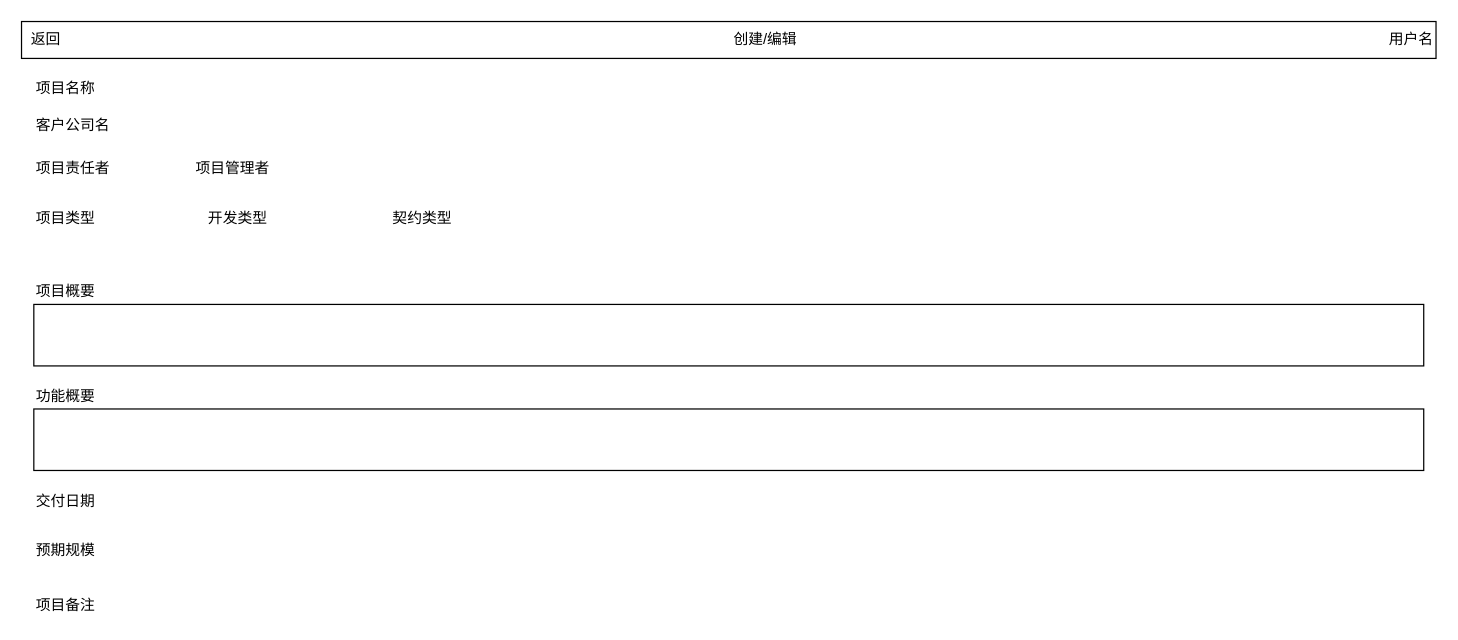
callistoctopus/project-all-in-one keeps this draw.io diagram as page "pm-project-edit" (3 of 23) of project-in-action/software-develop-management-system/doc/design/ui/sdms.drawio. Above is the earlier version. Source tidied: cells renumbered, new cells numbered last; positions are measured from the earlier drawing's top-left corner, leaving out a move shared by most shapes. Both pictures are drawn from the tidied source at 123%, with x=0, y=0 at pixel (21, 21).
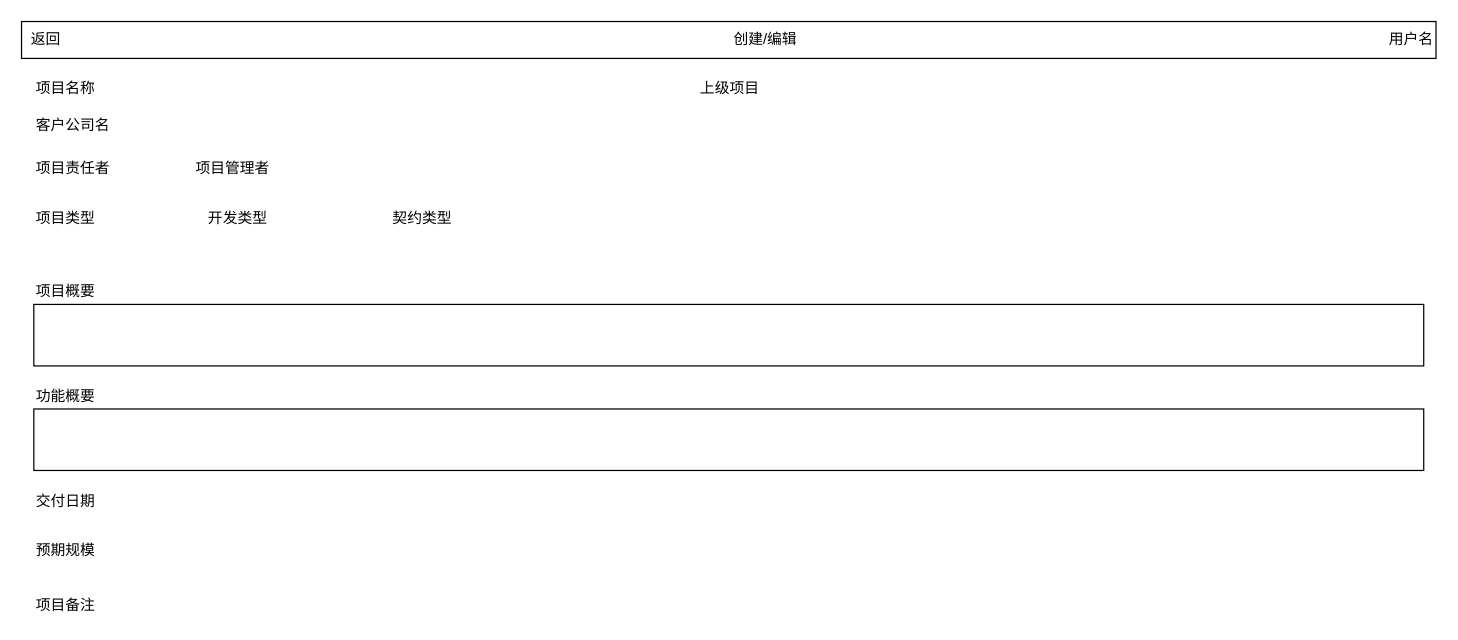
After the change.

What changed in the source:
```diff
@@
+    <mxCell id="20" value="上级项目" style="text;html=1;strokeColor=none;fillColor=none;align=left;verticalAlign=middle;whiteSpace=wrap;rounded=0;" parent="1" vertex="1">
+      <mxGeometry x="550" y="45" width="70" height="20" as="geometry" />
+    </mxCell>
```
